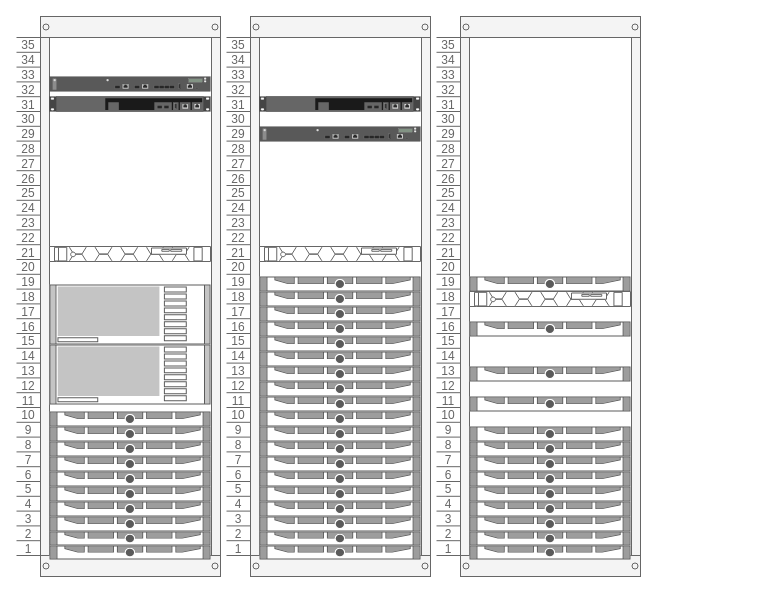
Earlier version of the draw.io diagram infra_VOC.drawio (eloyx3x/Diagramas). Source tidied: cells renumbered, new cells numbered last; positions are measured from the earlier drawing's top-left corner, leaving out a move shared by most shapes. Both pictures are drawn from the tidied source at 100%, with x=0, y=0 at pixel (16, 16).
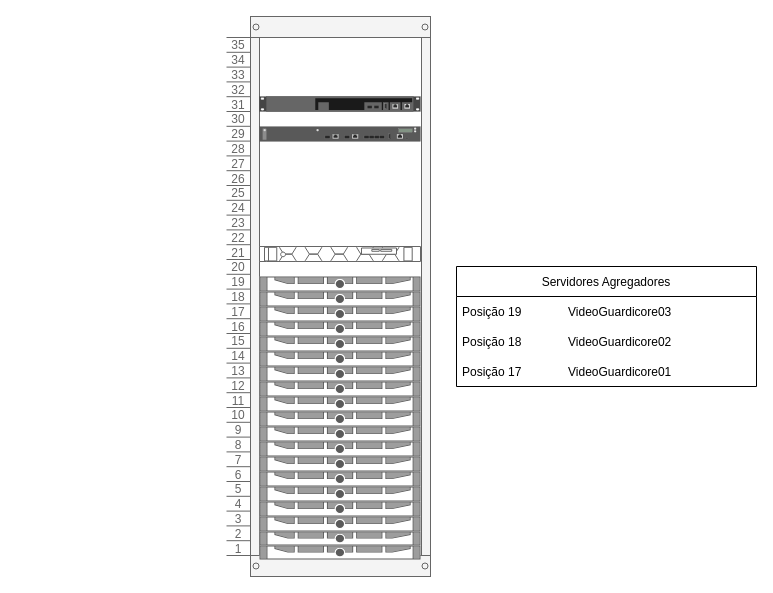
Above is the later version.

Diff of the diagram source:
```diff
@@
-    <mxCell id="2" style="strokeColor=#666666;html=1;verticalLabelPosition=bottom;labelBackgroundColor=#ffffff;verticalAlign=top;shadow=0;dashed=0;shape=mxgraph.rackGeneral.rackCabinet;fillColor2=#f4f4f4;allowGaps=1;textColor=#666666;numDisp=descend;unitNum=35;" parent="1" vertex="1">
-      <mxGeometry width="203" height="571" as="geometry" />
-    </mxCell>
-    <mxCell id="3" style="html=1;verticalLabelPosition=bottom;verticalAlign=top;shadow=0;dashed=0;shape=mxgraph.rack.hpe_aruba.gateways_controllers.aruba_7210_mobility_controller_front;" parent="2" vertex="1">
-      <mxGeometry x="33" y="60" width="161" height="15" as="geometry" />
-    </mxCell>
-    <mxCell id="4" style="html=1;verticalLabelPosition=bottom;verticalAlign=top;shadow=0;dashed=0;shape=mxgraph.rack.hpe_aruba.gateways_controllers.aruba_mobility_master_5k_front;" parent="2" vertex="1">
-      <mxGeometry x="33" y="80" width="161" height="15" as="geometry" />
-    </mxCell>
-    <mxCell id="5" style="strokeColor=#666666;html=1;labelPosition=right;align=left;spacingLeft=15;shadow=0;dashed=0;shape=mxgraph.rack.dell.poweredge_r6525;" parent="2" vertex="1">
-      <mxGeometry x="33" y="230" width="161" height="15" as="geometry" />
-    </mxCell>
-    <mxCell id="6" style="shape=mxgraph.rack.ibm.ibm_x3950_x5;html=1;labelPosition=right;align=left;spacingLeft=15;dashed=0;shadow=0;fillColor=#ffffff;" parent="2" vertex="1">
-      <mxGeometry x="33" y="268" width="161" height="60" as="geometry" />
-    </mxCell>
-    <mxCell id="7" style="shape=mxgraph.rack.ibm.ibm_x3950_x5;html=1;labelPosition=right;align=left;spacingLeft=15;dashed=0;shadow=0;fillColor=#ffffff;" parent="2" vertex="1">
-      <mxGeometry x="33" y="328" width="161" height="60" as="geometry" />
-    </mxCell>
-    <mxCell id="8" style="strokeColor=#666666;html=1;labelPosition=right;align=left;spacingLeft=15;shadow=0;dashed=0;shape=mxgraph.rack.dell.poweredge_630;" parent="2" vertex="1">
-      <mxGeometry x="33" y="395" width="161" height="15" as="geometry" />
-    </mxCell>
-    <mxCell id="9" style="strokeColor=#666666;html=1;labelPosition=right;align=left;spacingLeft=15;shadow=0;dashed=0;shape=mxgraph.rack.dell.poweredge_630;" parent="2" vertex="1">
-      <mxGeometry x="33" y="410" width="161" height="15" as="geometry" />
-    </mxCell>
-    <mxCell id="10" style="strokeColor=#666666;html=1;labelPosition=right;align=left;spacingLeft=15;shadow=0;dashed=0;shape=mxgraph.rack.dell.poweredge_630;" parent="2" vertex="1">
-      <mxGeometry x="33" y="425" width="161" height="15" as="geometry" />
-    </mxCell>
-    <mxCell id="11" style="strokeColor=#666666;html=1;labelPosition=right;align=left;spacingLeft=15;shadow=0;dashed=0;shape=mxgraph.rack.dell.poweredge_630;" parent="2" vertex="1">
-      <mxGeometry x="33" y="440" width="161" height="15" as="geometry" />
-    </mxCell>
-    <mxCell id="12" style="strokeColor=#666666;html=1;labelPosition=right;align=left;spacingLeft=15;shadow=0;dashed=0;shape=mxgraph.rack.dell.poweredge_630;" parent="2" vertex="1">
-      <mxGeometry x="33" y="455" width="161" height="15" as="geometry" />
-    </mxCell>
-    <mxCell id="13" style="strokeColor=#666666;html=1;labelPosition=right;align=left;spacingLeft=15;shadow=0;dashed=0;shape=mxgraph.rack.dell.poweredge_630;" parent="2" vertex="1">
-      <mxGeometry x="33" y="470" width="161" height="15" as="geometry" />
-    </mxCell>
-    <mxCell id="14" style="strokeColor=#666666;html=1;labelPosition=right;align=left;spacingLeft=15;shadow=0;dashed=0;shape=mxgraph.rack.dell.poweredge_630;" parent="2" vertex="1">
-      <mxGeometry x="33" y="485" width="161" height="15" as="geometry" />
-    </mxCell>
-    <mxCell id="15" style="strokeColor=#666666;html=1;labelPosition=right;align=left;spacingLeft=15;shadow=0;dashed=0;shape=mxgraph.rack.dell.poweredge_630;" parent="2" vertex="1">
-      <mxGeometry x="33" y="500" width="161" height="15" as="geometry" />
-    </mxCell>
-    <mxCell id="16" style="strokeColor=#666666;html=1;labelPosition=right;align=left;spacingLeft=15;shadow=0;dashed=0;shape=mxgraph.rack.dell.poweredge_630;" parent="2" vertex="1">
-      <mxGeometry x="33" y="515" width="161" height="14" as="geometry" />
-    </mxCell>
-    <mxCell id="17" style="strokeColor=#666666;html=1;labelPosition=right;align=left;spacingLeft=15;shadow=0;dashed=0;shape=mxgraph.rack.dell.poweredge_630;" parent="2" vertex="1">
-      <mxGeometry x="33" y="529" width="161" height="14" as="geometry" />
-    </mxCell>
@@
-    <mxCell id="41" style="strokeColor=#666666;html=1;verticalLabelPosition=bottom;labelBackgroundColor=#ffffff;verticalAlign=top;shadow=0;dashed=0;shape=mxgraph.rackGeneral.rackCabinet;fillColor2=#f4f4f4;allowGaps=1;textColor=#666666;numDisp=descend;unitNum=35;" parent="1" vertex="1">
-      <mxGeometry x="420" width="203" height="571" as="geometry" />
-    </mxCell>
-    <mxCell id="42" style="strokeColor=#666666;html=1;labelPosition=right;align=left;spacingLeft=15;shadow=0;dashed=0;shape=mxgraph.rack.dell.poweredge_630;" parent="41" vertex="1">
-      <mxGeometry x="33" y="260" width="161" height="15" as="geometry" />
-    </mxCell>
-    <mxCell id="43" style="strokeColor=#666666;html=1;labelPosition=right;align=left;spacingLeft=15;shadow=0;dashed=0;shape=mxgraph.rack.dell.poweredge_r6525;" parent="41" vertex="1">
-      <mxGeometry x="33" y="275" width="161" height="15" as="geometry" />
-    </mxCell>
-    <mxCell id="44" style="strokeColor=#666666;html=1;labelPosition=right;align=left;spacingLeft=15;shadow=0;dashed=0;shape=mxgraph.rack.dell.poweredge_630;" parent="41" vertex="1">
-      <mxGeometry x="33" y="305" width="161" height="15" as="geometry" />
-    </mxCell>
-    <mxCell id="45" style="strokeColor=#666666;html=1;labelPosition=right;align=left;spacingLeft=15;shadow=0;dashed=0;shape=mxgraph.rack.dell.poweredge_630;" parent="41" vertex="1">
-      <mxGeometry x="33" y="350" width="161" height="15" as="geometry" />
-    </mxCell>
-    <mxCell id="46" style="strokeColor=#666666;html=1;labelPosition=right;align=left;spacingLeft=15;shadow=0;dashed=0;shape=mxgraph.rack.dell.poweredge_630;" parent="41" vertex="1">
-      <mxGeometry x="33" y="380" width="161" height="15" as="geometry" />
-    </mxCell>
-    <mxCell id="47" style="strokeColor=#666666;html=1;labelPosition=right;align=left;spacingLeft=15;shadow=0;dashed=0;shape=mxgraph.rack.dell.poweredge_630;" parent="41" vertex="1">
-      <mxGeometry x="33" y="410" width="161" height="15" as="geometry" />
-    </mxCell>
-    <mxCell id="48" style="strokeColor=#666666;html=1;labelPosition=right;align=left;spacingLeft=15;shadow=0;dashed=0;shape=mxgraph.rack.dell.poweredge_630;" parent="41" vertex="1">
-      <mxGeometry x="33" y="425" width="161" height="15" as="geometry" />
-    </mxCell>
-    <mxCell id="49" style="strokeColor=#666666;html=1;labelPosition=right;align=left;spacingLeft=15;shadow=0;dashed=0;shape=mxgraph.rack.dell.poweredge_630;" parent="41" vertex="1">
-      <mxGeometry x="33" y="440" width="161" height="15" as="geometry" />
-    </mxCell>
-    <mxCell id="50" style="strokeColor=#666666;html=1;labelPosition=right;align=left;spacingLeft=15;shadow=0;dashed=0;shape=mxgraph.rack.dell.poweredge_630;" parent="41" vertex="1">
-      <mxGeometry x="33" y="455" width="161" height="15" as="geometry" />
-    </mxCell>
-    <mxCell id="51" style="strokeColor=#666666;html=1;labelPosition=right;align=left;spacingLeft=15;shadow=0;dashed=0;shape=mxgraph.rack.dell.poweredge_630;" parent="41" vertex="1">
-      <mxGeometry x="33" y="470" width="161" height="15" as="geometry" />
-    </mxCell>
-    <mxCell id="52" style="strokeColor=#666666;html=1;labelPosition=right;align=left;spacingLeft=15;shadow=0;dashed=0;shape=mxgraph.rack.dell.poweredge_630;" parent="41" vertex="1">
-      <mxGeometry x="33" y="485" width="161" height="15" as="geometry" />
-    </mxCell>
-    <mxCell id="53" style="strokeColor=#666666;html=1;labelPosition=right;align=left;spacingLeft=15;shadow=0;dashed=0;shape=mxgraph.rack.dell.poweredge_630;" parent="41" vertex="1">
-      <mxGeometry x="33" y="500" width="161" height="15" as="geometry" />
-    </mxCell>
-    <mxCell id="54" style="strokeColor=#666666;html=1;labelPosition=right;align=left;spacingLeft=15;shadow=0;dashed=0;shape=mxgraph.rack.dell.poweredge_630;" parent="41" vertex="1">
-      <mxGeometry x="33" y="515" width="161" height="14" as="geometry" />
-    </mxCell>
-    <mxCell id="55" style="strokeColor=#666666;html=1;labelPosition=right;align=left;spacingLeft=15;shadow=0;dashed=0;shape=mxgraph.rack.dell.poweredge_630;" parent="41" vertex="1">
-      <mxGeometry x="33" y="529" width="161" height="14" as="geometry" />
-    </mxCell>
+    <mxCell id="56" value="Servidores Agregadores" style="swimlane;fontStyle=0;horizontal=1;startSize=30;" parent="1" vertex="1">
+      <mxGeometry x="440" y="250" width="300" height="120" as="geometry" />
+    </mxCell>
+    <mxCell id="57" value="Posição 19              VideoGuardicore03" style="text;strokeColor=none;fillColor=none;align=left;verticalAlign=middle;spacingLeft=4;spacingRight=4;overflow=hidden;" parent="56" vertex="1">
+      <mxGeometry y="30" width="300" height="30" as="geometry" />
+    </mxCell>
+    <mxCell id="58" value="Posição 18              VideoGuardicore02" style="text;strokeColor=none;fillColor=none;align=left;verticalAlign=middle;spacingLeft=4;spacingRight=4;overflow=hidden;" parent="56" vertex="1">
+      <mxGeometry y="60" width="300" height="30" as="geometry" />
+    </mxCell>
+    <mxCell id="59" value="Posição 17              VideoGuardicore01" style="text;strokeColor=none;fillColor=none;align=left;verticalAlign=middle;spacingLeft=4;spacingRight=4;overflow=hidden;" parent="56" vertex="1">
+      <mxGeometry y="90" width="300" height="30" as="geometry" />
+    </mxCell>
```
